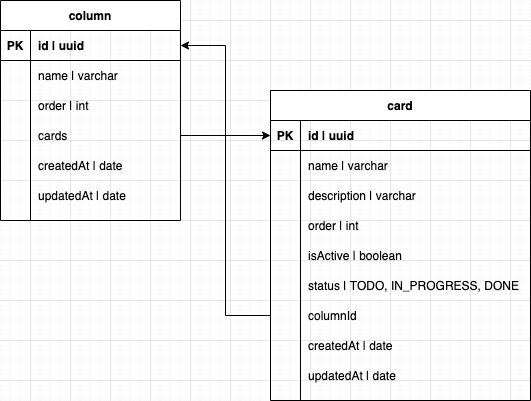
The draw.io diagram db-design.png in kzkaneoka/kanban-backend, before a commit. Source tidied: cells renumbered, new cells last; positions are measured from the earlier drawing's top-left corner, leaving out a move shared by most shapes.
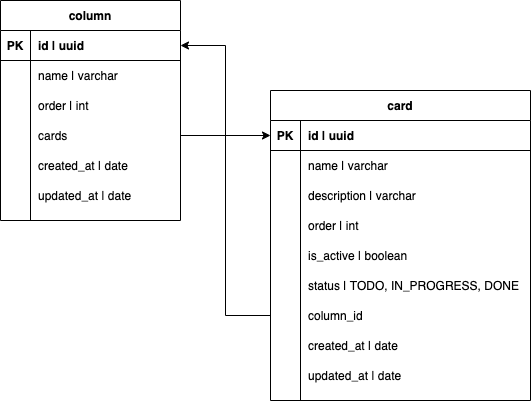
The same file after the commit.

What changed in the source:
```diff
@@ -47,7 +47,7 @@
     <mxCell id="16" style="shape=partialRectangle;fillColor=none;top=0;left=0;bottom=0;right=0;overflow=hidden;" parent="15" vertex="1">
       <mxGeometry width="30" height="30" as="geometry" />
     </mxCell>
-    <mxCell id="17" value="createdAt | date" style="shape=partialRectangle;fillColor=none;top=0;left=0;bottom=0;right=0;align=left;spacingLeft=6;overflow=hidden;" parent="15" vertex="1">
+    <mxCell id="17" value="created_at | date" style="shape=partialRectangle;fillColor=none;top=0;left=0;bottom=0;right=0;align=left;spacingLeft=6;overflow=hidden;" parent="15" vertex="1">
       <mxGeometry x="30" width="150" height="30" as="geometry" />
     </mxCell>
     <mxCell id="18" style="shape=partialRectangle;fillColor=none;top=0;left=0;bottom=0;right=0;" parent="2" vertex="1">
@@ -56,7 +56,7 @@
     <mxCell id="19" style="shape=partialRectangle;fillColor=none;top=0;left=0;bottom=0;right=0;overflow=hidden;" parent="18" vertex="1">
       <mxGeometry width="30" height="30" as="geometry" />
     </mxCell>
-    <mxCell id="20" value="updatedAt | date" style="shape=partialRectangle;fillColor=none;top=0;left=0;bottom=0;right=0;align=left;spacingLeft=6;overflow=hidden;" parent="18" vertex="1">
+    <mxCell id="20" value="updated_at | date" style="shape=partialRectangle;fillColor=none;top=0;left=0;bottom=0;right=0;align=left;spacingLeft=6;overflow=hidden;" parent="18" vertex="1">
       <mxGeometry x="30" width="150" height="30" as="geometry" />
     </mxCell>
     <mxCell id="21" value="card" style="shape=table;startSize=30;rowLines=0;fontStyle=1;align=center;" parent="1" vertex="1">
@@ -104,7 +104,7 @@
     <mxCell id="35" style="shape=partialRectangle;fillColor=none;top=0;left=0;bottom=0;right=0;overflow=hidden;" parent="34" vertex="1">
       <mxGeometry width="30" height="30" as="geometry" />
     </mxCell>
-    <mxCell id="36" value="isActive | boolean" style="shape=partialRectangle;fillColor=none;top=0;left=0;bottom=0;right=0;align=left;spacingLeft=6;overflow=hidden;" parent="34" vertex="1">
+    <mxCell id="36" value="is_active | boolean" style="shape=partialRectangle;fillColor=none;top=0;left=0;bottom=0;right=0;align=left;spacingLeft=6;overflow=hidden;" parent="34" vertex="1">
       <mxGeometry x="30" width="230" height="30" as="geometry" />
     </mxCell>
     <mxCell id="37" style="shape=partialRectangle;fillColor=none;top=0;left=0;bottom=0;right=0;" parent="21" vertex="1">
@@ -122,7 +122,7 @@
     <mxCell id="41" style="shape=partialRectangle;fillColor=none;top=0;left=0;bottom=0;right=0;overflow=hidden;" parent="40" vertex="1">
       <mxGeometry width="30" height="30" as="geometry" />
     </mxCell>
-    <mxCell id="42" value="columnId" style="shape=partialRectangle;fillColor=none;top=0;left=0;bottom=0;right=0;align=left;spacingLeft=6;overflow=hidden;" parent="40" vertex="1">
+    <mxCell id="42" value="column_id" style="shape=partialRectangle;fillColor=none;top=0;left=0;bottom=0;right=0;align=left;spacingLeft=6;overflow=hidden;" parent="40" vertex="1">
       <mxGeometry x="30" width="230" height="30" as="geometry" />
     </mxCell>
     <mxCell id="43" style="shape=partialRectangle;fillColor=none;top=0;left=0;bottom=0;right=0;" parent="21" vertex="1">
@@ -131,7 +131,7 @@
     <mxCell id="44" style="shape=partialRectangle;fillColor=none;top=0;left=0;bottom=0;right=0;overflow=hidden;" parent="43" vertex="1">
       <mxGeometry width="30" height="30" as="geometry" />
     </mxCell>
-    <mxCell id="45" value="createdAt | date" style="shape=partialRectangle;fillColor=none;top=0;left=0;bottom=0;right=0;align=left;spacingLeft=6;overflow=hidden;" parent="43" vertex="1">
+    <mxCell id="45" value="created_at | date" style="shape=partialRectangle;fillColor=none;top=0;left=0;bottom=0;right=0;align=left;spacingLeft=6;overflow=hidden;" parent="43" vertex="1">
       <mxGeometry x="30" width="230" height="30" as="geometry" />
     </mxCell>
     <mxCell id="46" style="shape=partialRectangle;fillColor=none;top=0;left=0;bottom=0;right=0;" parent="21" vertex="1">
@@ -140,7 +140,7 @@
     <mxCell id="47" style="shape=partialRectangle;fillColor=none;top=0;left=0;bottom=0;right=0;overflow=hidden;" parent="46" vertex="1">
       <mxGeometry width="30" height="30" as="geometry" />
     </mxCell>
-    <mxCell id="48" value="updatedAt | date" style="shape=partialRectangle;fillColor=none;top=0;left=0;bottom=0;right=0;align=left;spacingLeft=6;overflow=hidden;" parent="46" vertex="1">
+    <mxCell id="48" value="updated_at | date" style="shape=partialRectangle;fillColor=none;top=0;left=0;bottom=0;right=0;align=left;spacingLeft=6;overflow=hidden;" parent="46" vertex="1">
       <mxGeometry x="30" width="230" height="30" as="geometry" />
     </mxCell>
     <mxCell id="49" style="edgeStyle=orthogonalEdgeStyle;rounded=0;jettySize=auto;html=1;entryX=1;entryY=0.5;entryDx=0;entryDy=0;" parent="1" edge="1" source="40" target="3">
```
